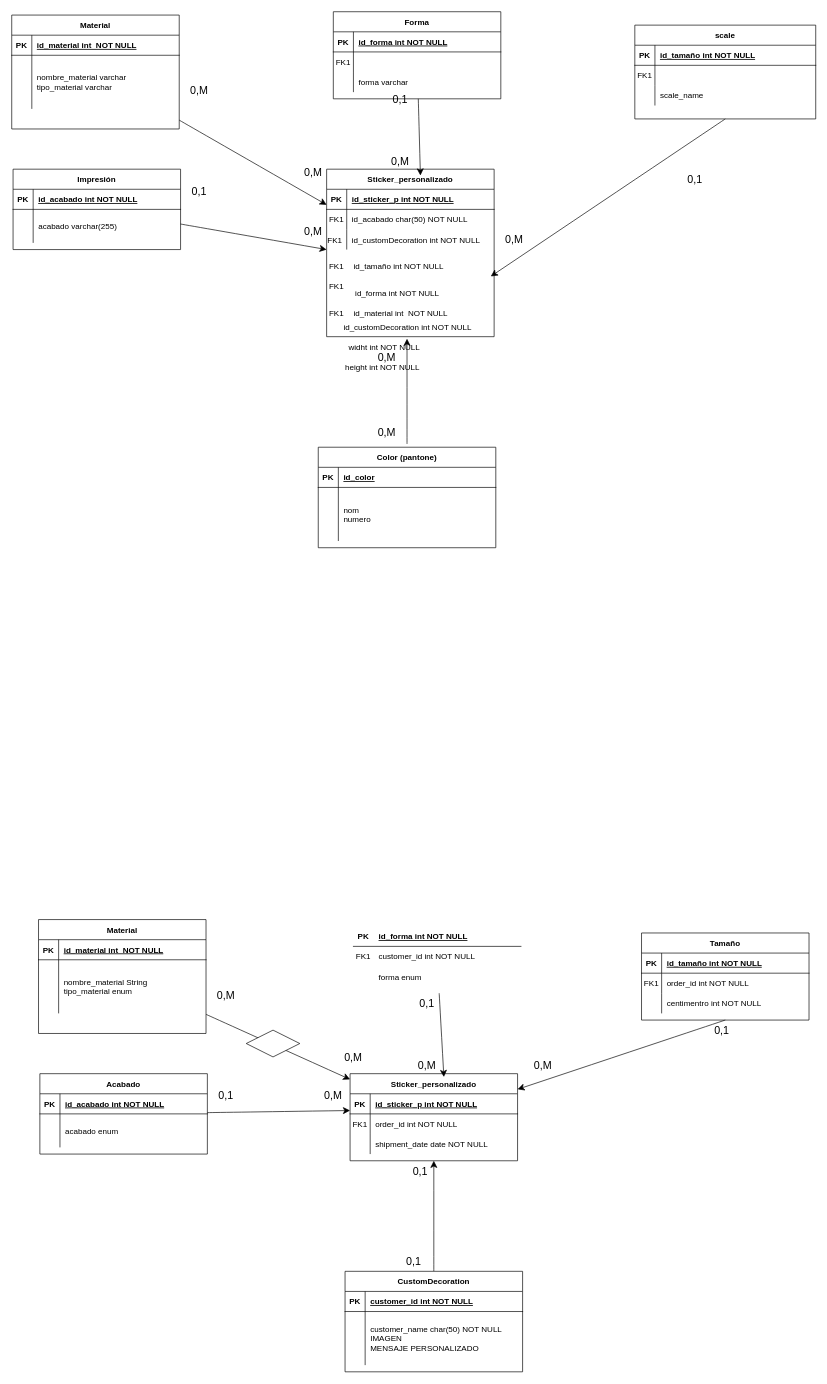
The draw.io diagram Diagrama sin título.drawio in nayrariosaguilar/OdooStickerModule, before the edit. Source tidied: cells renumbered, new cells numbered last; positions are measured from the earlier drawing's top-left corner, leaving out a move shared by most shapes. Both pictures are drawn from the tidied source at 67%, with x=0, y=0 at pixel (11, 11).
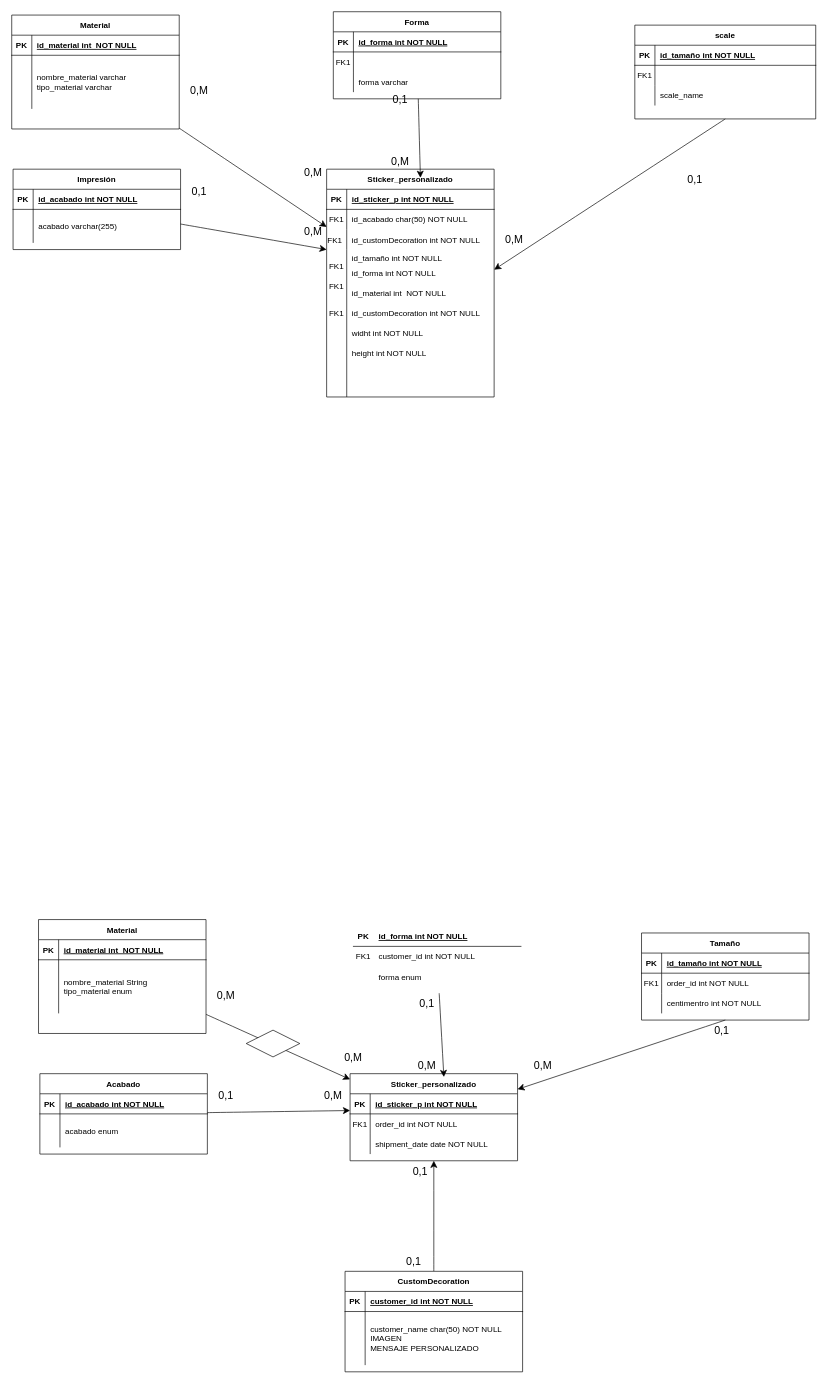
The same diagram, later.

Unchanged cells that the change refers to:
```xml
<mxCell id="12" value="scale" style="shape=table;startSize=30;childLayout=tableLayout;rowLines=0;fontStyle=1;align=center;" parent="1" vertex="1">
  <mxGeometry x="930" y="20" width="270" height="140" as="geometry" />
</mxCell>
```

The edit, as a diff of the source:
```diff
@@
     <mxCell id="37" value="Sticker_personalizado" style="shape=table;startSize=30;childLayout=tableLayout;rowLines=0;fontStyle=1;align=center;" parent="1" vertex="1">
-      <mxGeometry x="470" y="235" width="250" height="250" as="geometry" />
+      <mxGeometry x="470" y="235" width="250" height="340" as="geometry" />
     </mxCell>
@@
-    <mxCell id="47" value="Color (pantone)" style="shape=table;startSize=30;childLayout=tableLayout;rowLines=0;fontStyle=1;align=center;" parent="1" vertex="1">
-      <mxGeometry x="457.5" y="650" width="265" height="150" as="geometry" />
-    </mxCell>
-    <mxCell id="48" style="shape=partialRectangle;fillColor=none;top=0;left=0;right=0;bottom=1;" parent="47" vertex="1">
-      <mxGeometry y="30" width="265" height="30" as="geometry" />
-    </mxCell>
-    <mxCell id="49" value="PK" style="shape=partialRectangle;overflow=hidden;fillColor=none;top=0;left=0;bottom=0;right=0;fontStyle=1;" parent="48" vertex="1">
-      <mxGeometry width="30" height="30" as="geometry" />
-    </mxCell>
-    <mxCell id="50" value="id_color" style="shape=partialRectangle;overflow=hidden;fillColor=none;top=0;left=0;bottom=0;right=0;align=left;spacingLeft=6;fontStyle=5;" parent="48" vertex="1">
-      <mxGeometry x="30" width="235" height="30" as="geometry" />
-    </mxCell>
-    <mxCell id="51" style="shape=partialRectangle;fillColor=none;top=0;left=0;right=0;bottom=0;" parent="47" vertex="1">
-      <mxGeometry y="60" width="265" height="80" as="geometry" />
-    </mxCell>
-    <mxCell id="52" style="shape=partialRectangle;overflow=hidden;fillColor=none;top=0;left=0;bottom=0;right=0;" parent="51" vertex="1">
-      <mxGeometry width="30" height="80" as="geometry" />
-    </mxCell>
-    <mxCell id="53" value="nom&#10;numero" style="shape=partialRectangle;overflow=hidden;fillColor=none;top=0;left=0;bottom=0;right=0;align=left;spacingLeft=6;" parent="51" vertex="1">
-      <mxGeometry x="30" width="235" height="80" as="geometry" />
-    </mxCell>
@@
     <mxCell id="61" style="edgeStyle=none;curved=1;rounded=0;jettySize=auto;html=1;fontSize=12;startSize=8;endSize=8;exitX=0.5;exitY=1;exitDx=0;exitDy=0;" parent="1" edge="1" source="12">
       <mxGeometry relative="1" as="geometry">
-        <mxPoint x="715" y="395" as="targetPoint" />
+        <mxPoint x="720" y="385" as="targetPoint" />
       </mxGeometry>
     </mxCell>
@@
-    <mxCell id="130" style="edgeStyle=none;curved=1;rounded=0;orthogonalLoop=1;jettySize=auto;html=1;entryX=0.5;entryY=1;entryDx=0;entryDy=0;fontSize=12;startSize=8;endSize=8;" parent="1" edge="1">
-      <mxGeometry relative="1" as="geometry">
-        <mxPoint x="590" y="645" as="sourcePoint" />
-        <mxPoint x="590" y="488" as="targetPoint" />
-      </mxGeometry>
-    </mxCell>
@@
     <mxCell id="136" value="id_customDecoration int NOT NULL" style="shape=partialRectangle;overflow=hidden;fillColor=none;top=0;left=0;bottom=0;right=0;align=left;spacingLeft=6;" parent="1" vertex="1">
-      <mxGeometry x="500" y="325" width="235" height="30" as="geometry" />
+      <mxGeometry x="500" y="325" width="220" height="30" as="geometry" />
     </mxCell>
     <mxCell id="137" value="id_tamaño int NOT NULL" style="shape=partialRectangle;overflow=hidden;fillColor=none;top=0;left=0;bottom=0;right=0;align=left;spacingLeft=6;" parent="1" vertex="1">
-      <mxGeometry x="502.5" y="365" width="235" height="30" as="geometry" />
+      <mxGeometry x="500" y="352.5" width="220" height="30" as="geometry" />
     </mxCell>
     <mxCell id="138" value="id_material int  NOT NULL" style="shape=partialRectangle;overflow=hidden;fillColor=none;top=0;left=0;bottom=0;right=0;align=left;spacingLeft=6;" parent="1" vertex="1">
-      <mxGeometry x="502.5" y="435" width="235" height="30" as="geometry" />
+      <mxGeometry x="500" y="405" width="220" height="30" as="geometry" />
     </mxCell>
     <mxCell id="139" value="id_forma int NOT NULL" style="shape=partialRectangle;overflow=hidden;fillColor=none;top=0;left=0;bottom=0;right=0;align=left;spacingLeft=6;" parent="1" vertex="1">
-      <mxGeometry x="505" y="405" width="235" height="30" as="geometry" />
+      <mxGeometry x="500" y="375" width="220" height="30" as="geometry" />
     </mxCell>
     <mxCell id="140" value="id_acabado char(50) NOT NULL" style="shape=partialRectangle;overflow=hidden;fillColor=none;top=0;left=0;bottom=0;right=0;align=left;spacingLeft=6;" parent="1" vertex="1">
-      <mxGeometry x="500" y="295" width="235" height="30" as="geometry" />
+      <mxGeometry x="500" y="295" width="220" height="30" as="geometry" />
     </mxCell>
     <mxCell id="141" value="id_customDecoration int NOT NULL" style="shape=partialRectangle;overflow=hidden;fillColor=none;top=0;left=0;bottom=0;right=0;align=left;spacingLeft=6;" parent="1" vertex="1">
-      <mxGeometry x="487.5" y="455" width="235" height="30" as="geometry" />
+      <mxGeometry x="500" y="435" width="220" height="30" as="geometry" />
     </mxCell>
-    <mxCell id="142" value="0,M" style="text;html=1;align=center;verticalAlign=middle;whiteSpace=wrap;rounded=0;fontSize=16;" parent="1" vertex="1">
-      <mxGeometry x="530" y="503" width="60" height="25" as="geometry" />
-    </mxCell>
-    <mxCell id="143" value="0,M" style="text;html=1;align=center;verticalAlign=middle;whiteSpace=wrap;rounded=0;fontSize=16;" parent="1" vertex="1">
-      <mxGeometry x="530" y="615" width="60" height="25" as="geometry" />
-    </mxCell>
     <mxCell id="144" value="widht int NOT NULL" style="shape=partialRectangle;overflow=hidden;fillColor=none;top=0;left=0;bottom=0;right=0;align=left;spacingLeft=6;" parent="1" vertex="1">
-      <mxGeometry x="495" y="485" width="240" height="30" as="geometry" />
+      <mxGeometry x="500" y="465" width="220" height="30" as="geometry" />
     </mxCell>
     <mxCell id="145" value="height int NOT NULL" style="shape=partialRectangle;overflow=hidden;fillColor=none;top=0;left=0;bottom=0;right=0;align=left;spacingLeft=6;" parent="1" vertex="1">
-      <mxGeometry x="490" y="515" width="240" height="30" as="geometry" />
+      <mxGeometry x="500" y="495" width="220" height="30" as="geometry" />
     </mxCell>
+    <mxCell id="146" style="endArrow=none;html=1;rounded=0;" parent="1" edge="1">
+      <mxGeometry relative="1" as="geometry">
+        <mxPoint x="500" y="575" as="sourcePoint" />
+        <mxPoint x="500" y="355" as="targetPoint" />
+      </mxGeometry>
+    </mxCell>
```
